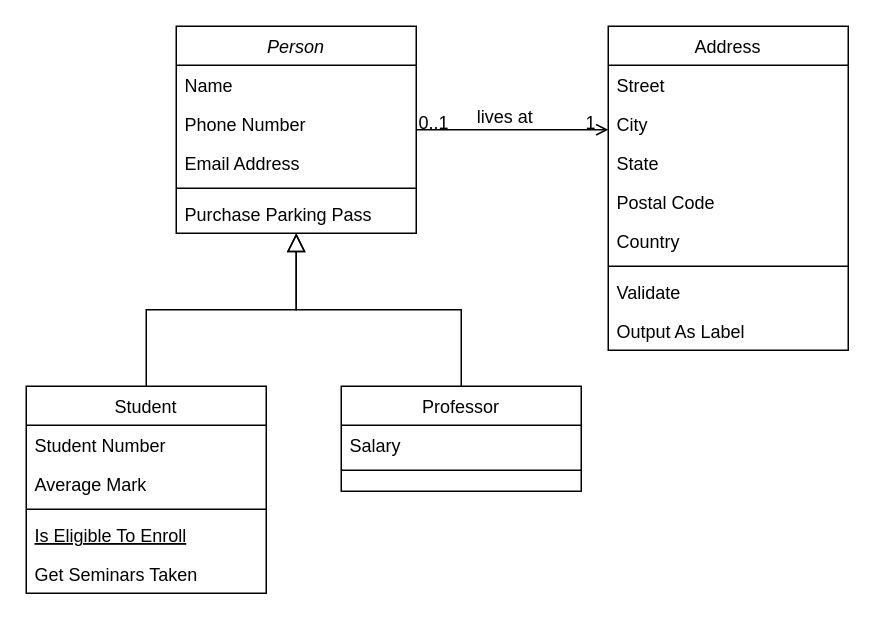
Before: aiservice_cloud.drawio in dayzorro/Plot, a draw.io diagram. Source tidied: cells renumbered, new cells numbered last; positions are measured from the earlier drawing's top-left corner, leaving out a move shared by most shapes. Both pictures are drawn from the tidied source at 150%, with x=0, y=0 at pixel (26, 26).
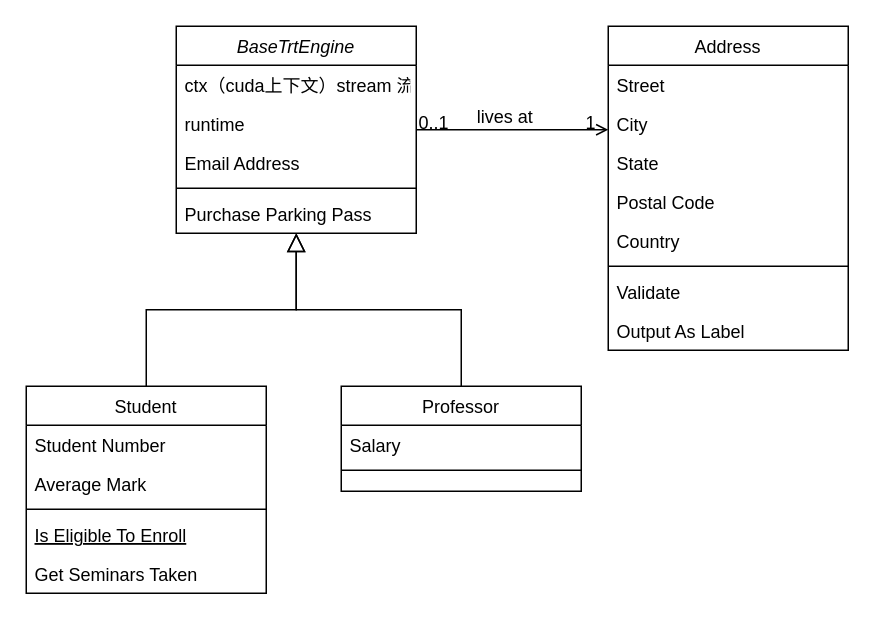
After the change.

Diff of the diagram source:
```diff
@@
-    <mxCell id="2" value="Person" style="swimlane;fontStyle=2;align=center;verticalAlign=top;horizontal=1;startSize=26;rounded=0;shadow=0;strokeWidth=1;" parent="1" vertex="1">
+    <mxCell id="2" value="BaseTrtEngine" style="swimlane;fontStyle=2;align=center;verticalAlign=top;horizontal=1;startSize=26;rounded=0;shadow=0;strokeWidth=1;" parent="1" vertex="1">
       <mxGeometry x="100" width="160" height="138" as="geometry" />
     </mxCell>
-    <mxCell id="3" value="Name" style="text;align=left;verticalAlign=top;spacingLeft=4;spacingRight=4;overflow=hidden;" parent="2" vertex="1">
+    <mxCell id="3" value="ctx（cuda上下文）stream 流" style="text;align=left;verticalAlign=top;spacingLeft=4;spacingRight=4;overflow=hidden;" parent="2" vertex="1">
       <mxGeometry y="26" width="160" height="26" as="geometry" />
     </mxCell>
-    <mxCell id="4" value="Phone Number" style="text;align=left;verticalAlign=top;spacingLeft=4;spacingRight=4;overflow=hidden;rounded=0;shadow=0;html=0;" parent="2" vertex="1">
+    <mxCell id="4" value="runtime " style="text;align=left;verticalAlign=top;spacingLeft=4;spacingRight=4;overflow=hidden;rounded=0;shadow=0;html=0;" parent="2" vertex="1">
       <mxGeometry y="52" width="160" height="26" as="geometry" />
     </mxCell>
```
